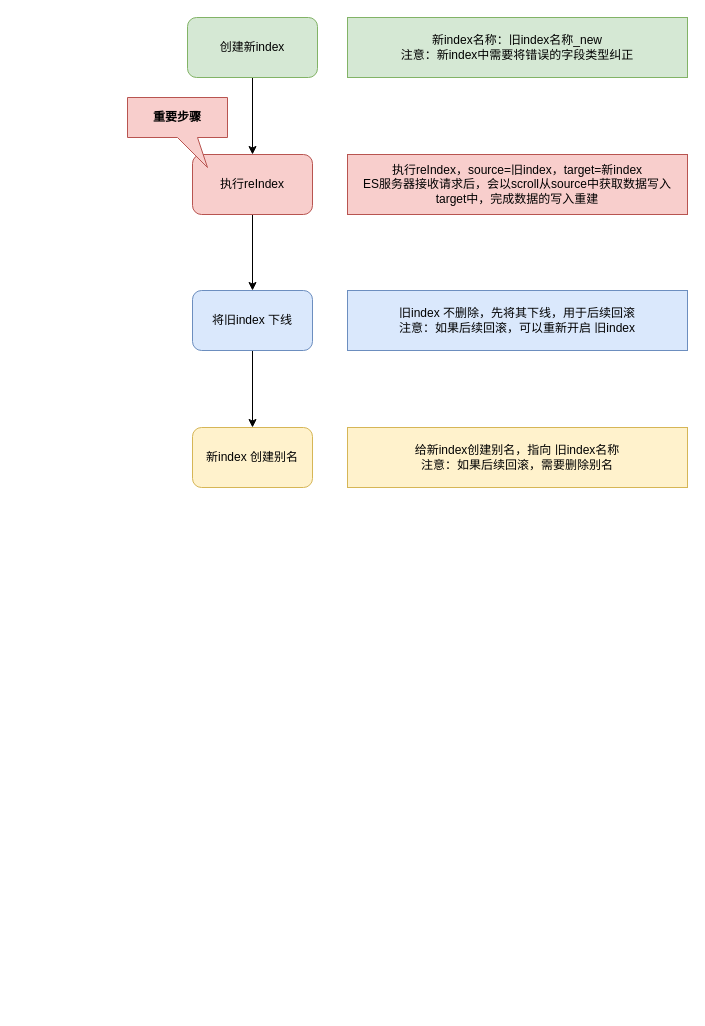
Before: ES字段类型问题处理.drawio in 18857545022/-, a draw.io diagram. Source tidied: cells renumbered, new cells numbered last; positions are measured from the earlier drawing's top-left corner, leaving out a move shared by most shapes. Both pictures are drawn from the tidied source at 100%, with x=0, y=0 at pixel (127, 17).
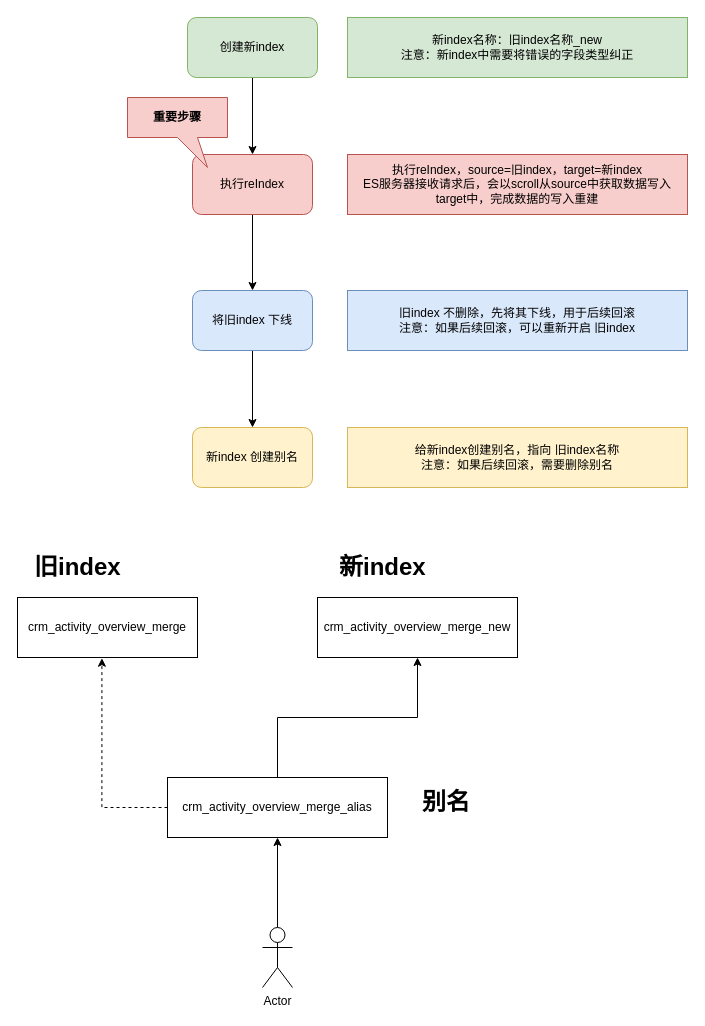
After the change.

Commit message:
更新ES字段类型问题处理.drawio

Diff of the diagram source:
```diff
@@
+    <mxCell id="14" style="edgeStyle=orthogonalEdgeStyle;rounded=0;jettySize=auto;html=1;exitX=0.5;exitY=0;exitDx=0;exitDy=0;entryX=0.5;entryY=1;entryDx=0;entryDy=0;" parent="1" edge="1" source="15" target="17">
+      <mxGeometry relative="1" as="geometry" />
+    </mxCell>
+    <mxCell id="15" value="crm_activity_overview_merge_alias" style="rounded=0;whiteSpace=wrap;html=1;" parent="1" vertex="1">
+      <mxGeometry x="40" y="760" width="220" height="60" as="geometry" />
+    </mxCell>
+    <mxCell id="16" value="crm_activity_overview_merge" style="rounded=0;whiteSpace=wrap;html=1;" parent="1" vertex="1">
+      <mxGeometry x="-110" y="580" width="180" height="60" as="geometry" />
+    </mxCell>
+    <mxCell id="17" value="crm_activity_overview_merge_new" style="rounded=0;whiteSpace=wrap;html=1;" parent="1" vertex="1">
+      <mxGeometry x="190" y="580" width="200" height="60" as="geometry" />
+    </mxCell>
+    <mxCell id="18" value="&lt;h1&gt;旧index&lt;/h1&gt;" style="text;html=1;strokeColor=none;fillColor=none;spacing=5;spacingTop=-20;whiteSpace=wrap;overflow=hidden;rounded=0;" parent="1" vertex="1">
+      <mxGeometry x="-98" y="530" width="163" height="30" as="geometry" />
+    </mxCell>
+    <mxCell id="19" value="&lt;h1&gt;新index&lt;/h1&gt;" style="text;html=1;strokeColor=none;fillColor=none;spacing=5;spacingTop=-20;whiteSpace=wrap;overflow=hidden;rounded=0;" parent="1" vertex="1">
+      <mxGeometry x="207" y="530" width="163" height="30" as="geometry" />
+    </mxCell>
+    <mxCell id="20" value="&lt;h1&gt;别名&lt;/h1&gt;" style="text;html=1;strokeColor=none;fillColor=none;spacing=5;spacingTop=-20;whiteSpace=wrap;overflow=hidden;rounded=0;" parent="1" vertex="1">
+      <mxGeometry x="290" y="765" width="90" height="50" as="geometry" />
+    </mxCell>
+    <mxCell id="21" style="edgeStyle=orthogonalEdgeStyle;rounded=0;jettySize=auto;html=1;entryX=0.5;entryY=1;entryDx=0;entryDy=0;" parent="1" edge="1" source="22" target="15">
+      <mxGeometry relative="1" as="geometry" />
+    </mxCell>
+    <mxCell id="22" value="Actor" style="shape=umlActor;verticalLabelPosition=bottom;verticalAlign=top;html=1;outlineConnect=0;" parent="1" vertex="1">
+      <mxGeometry x="135" y="910" width="30" height="60" as="geometry" />
+    </mxCell>
+    <mxCell id="23" style="edgeStyle=orthogonalEdgeStyle;rounded=0;jettySize=auto;html=1;exitX=0;exitY=0.5;exitDx=0;exitDy=0;entryX=0.469;entryY=1.012;entryDx=0;entryDy=0;entryPerimeter=0;dashed=1;" parent="1" edge="1" source="15" target="16">
+      <mxGeometry relative="1" as="geometry" />
+    </mxCell>
```
